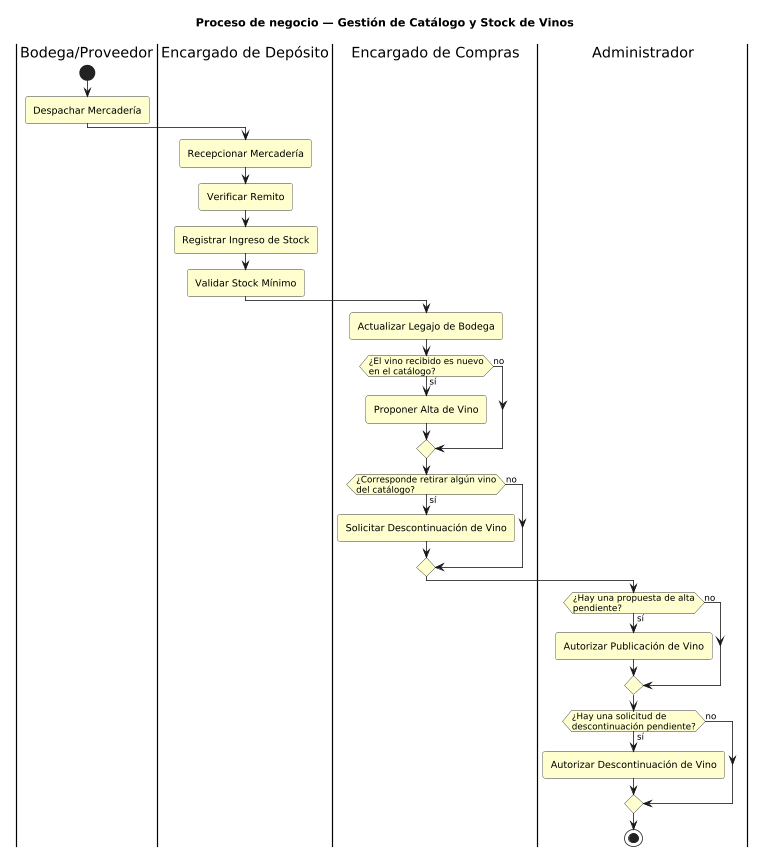
Earlier version of the PlantUML export DIAGRAMAS/DiagramaActividad_CatalogoStock.png (Jesifu/club-de-vinos-td). Its source is kept beside it as DIAGRAMAS/DiagramaActividad_CatalogoStock.puml.
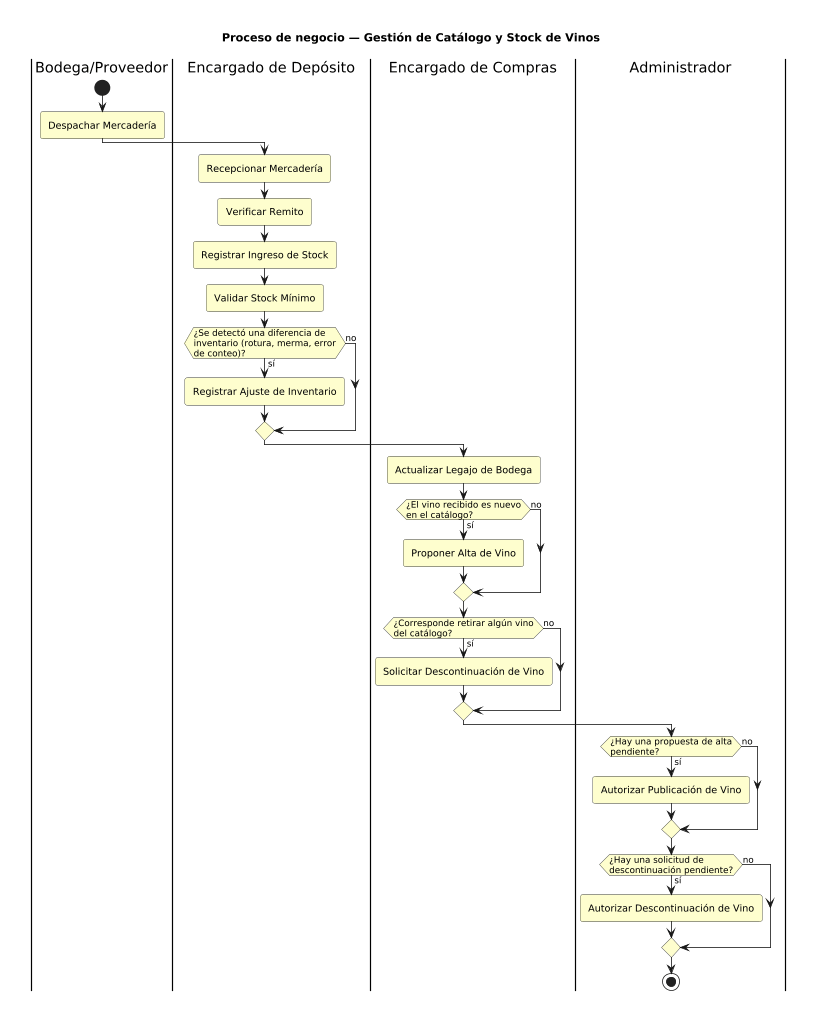
Above is the later version.

Commit message:
docs: split stock movement into Entrada and Ajuste de Inventario CUs

The edit, as a diff of the source:
```diff
@@ -23,6 +23,11 @@
 :Verificar Remito;
 :Registrar Ingreso de Stock;
 :Validar Stock Mínimo;
+
+if (¿Se detectó una diferencia de\ninventario (rotura, merma, error\nde conteo)?) then (sí)
+  :Registrar Ajuste de Inventario;
+else (no)
+endif
 
 |Encargado de Compras|
 :Actualizar Legajo de Bodega;
```
